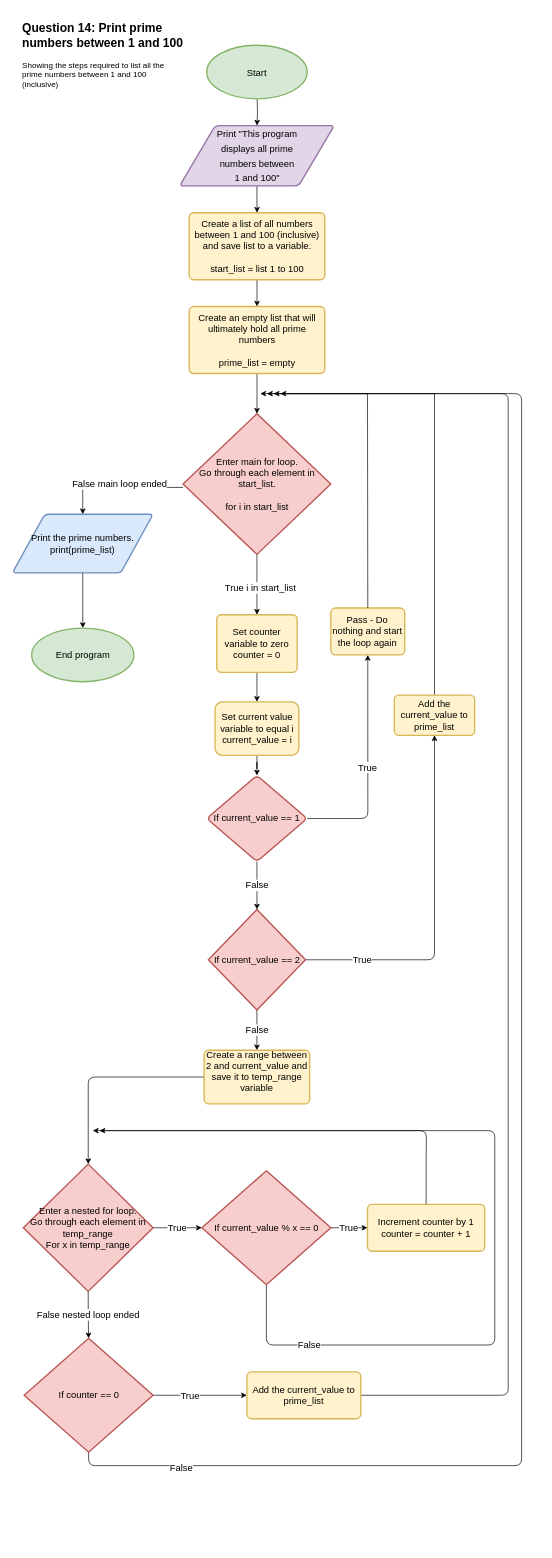
The draw.io diagram Q14(1)_Flowchart.drawio in Wade008/flowcharts, before the edit. Source tidied: cells renumbered, new cells numbered last; positions are measured from the earlier drawing's top-left corner, leaving out a move shared by most shapes. Both pictures are drawn from the tidied source at 67%, with x=0, y=0 at pixel (12, 18).
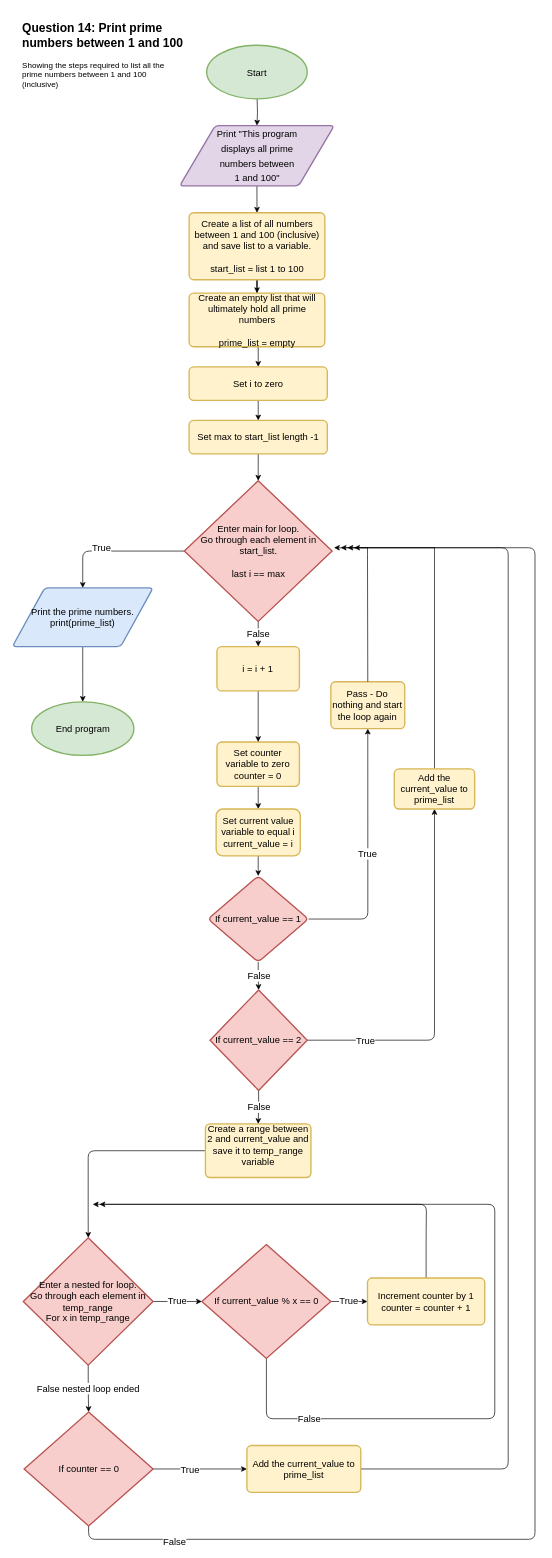
After the change.

Change to the diagram source:
```diff
@@
-    <mxCell id="8" style="edgeStyle=orthogonalEdgeStyle;rounded=0;jettySize=auto;html=1;fontSize=14;" parent="1" edge="1" source="9" target="12">
-      <mxGeometry relative="1" as="geometry" />
-    </mxCell>
+    <mxCell id="49" style="edgeStyle=orthogonalEdgeStyle;rounded=0;jettySize=auto;html=1;exitX=0.5;exitY=1;exitDx=0;exitDy=0;entryX=0.5;entryY=0;entryDx=0;entryDy=0;" parent="1" edge="1" source="9" target="52">
+      <mxGeometry relative="1" as="geometry" />
+    </mxCell>
     <mxCell id="9" value="Create an empty list that will ultimately hold all prime numbers&lt;br&gt;&lt;br&gt;prime_list = empty" style="rounded=1;whiteSpace=wrap;html=1;absoluteArcSize=1;arcSize=14;strokeWidth=2;fontSize=14;fillColor=#fff2cc;strokeColor=#d6b656;" parent="1" vertex="1">
-      <mxGeometry x="263.8" y="430" width="202.5" height="100" as="geometry" />
+      <mxGeometry x="263.8" y="410" width="202.5" height="80" as="geometry" />
     </mxCell>
-    <mxCell id="10" value="True i in start_list" style="edgeStyle=orthogonalEdgeStyle;rounded=0;jettySize=auto;html=1;fontSize=14;" parent="1" edge="1" source="12" target="14">
-      <mxGeometry x="0.11" y="5" relative="1" as="geometry" />
-    </mxCell>
-    <mxCell id="11" value="False main loop ended" style="edgeStyle=orthogonalEdgeStyle;rounded=0;jettySize=auto;html=1;fontSize=14;" parent="1" edge="1" source="12" target="23">
-      <mxGeometry relative="1" as="geometry">
+    <mxCell id="11" value="True" style="edgeStyle=orthogonalEdgeStyle;rounded=1;jettySize=auto;html=1;fontSize=14;jumpStyle=arc;" parent="1" edge="1" source="12" target="23">
+      <mxGeometry x="0.2" y="-5" relative="1" as="geometry">
         <Array as="points">
-          <mxPoint x="210" y="700" />
-          <mxPoint x="210" y="695" />
+          <mxPoint x="105" y="795" />
         </Array>
       </mxGeometry>
     </mxCell>
+    <mxCell id="50" value="&lt;font style=&quot;font-size: 14px;&quot;&gt;False&lt;/font&gt;" style="edgeStyle=orthogonalEdgeStyle;rounded=0;jettySize=auto;html=1;" parent="1" edge="1" source="12" target="56">
+      <mxGeometry relative="1" as="geometry" />
+    </mxCell>
-    <mxCell id="12" value="Enter main for loop. &lt;br&gt;Go through each element in start_list.&lt;br&gt;&lt;br&gt;for i in start_list" style="strokeWidth=2;html=1;shape=mxgraph.flowchart.decision;whiteSpace=wrap;fontSize=14;fillColor=#f8cecc;strokeColor=#b85450;" parent="1" vertex="1">
-      <mxGeometry x="254.7" y="590" width="220.6" height="210" as="geometry" />
+    <mxCell id="12" value="Enter main for loop. &lt;br&gt;Go through each element in start_list.&lt;br&gt;&lt;br&gt;last i == max" style="strokeWidth=2;html=1;shape=mxgraph.flowchart.decision;whiteSpace=wrap;fontSize=14;fillColor=#f8cecc;strokeColor=#b85450;" parent="1" vertex="1">
+      <mxGeometry x="256.6" y="690" width="220.6" height="210" as="geometry" />
     </mxCell>
@@
     <mxCell id="14" value="Set counter variable to zero&lt;br&gt;counter = 0" style="rounded=1;whiteSpace=wrap;html=1;absoluteArcSize=1;arcSize=14;strokeWidth=2;fontSize=14;fillColor=#fff2cc;strokeColor=#d6b656;" parent="1" vertex="1">
-      <mxGeometry x="305" y="890" width="120" height="86.1" as="geometry" />
+      <mxGeometry x="305.3" y="1080" width="123.1" height="66.1" as="geometry" />
     </mxCell>
@@
     <mxCell id="16" value="Set current value variable to equal i&lt;br&gt;current_value = i" style="rounded=1;whiteSpace=wrap;html=1;fontSize=14;fillColor=#fff2cc;strokeColor=#d6b656;arcSize=14;strokeWidth=2;" parent="1" vertex="1">
-      <mxGeometry x="302.5" y="1020" width="125" height="80" as="geometry" />
+      <mxGeometry x="304.1" y="1180" width="125.6" height="70" as="geometry" />
     </mxCell>
@@
     <mxCell id="19" value="If current_value == 1" style="rhombus;whiteSpace=wrap;html=1;fontSize=14;fillColor=#f8cecc;strokeColor=#b85450;rounded=1;arcSize=14;strokeWidth=2;" parent="1" vertex="1">
-      <mxGeometry x="290" y="1130" width="150" height="128.4" as="geometry" />
+      <mxGeometry x="291.9" y="1280" width="150" height="128.4" as="geometry" />
     </mxCell>
     <mxCell id="20" value="Pass - Do nothing and start the loop again" style="rounded=1;whiteSpace=wrap;html=1;absoluteArcSize=1;arcSize=14;strokeWidth=2;fontSize=14;fillColor=#fff2cc;strokeColor=#d6b656;" parent="1" vertex="1">
-      <mxGeometry x="475.3" y="880" width="110.3" height="70" as="geometry" />
+      <mxGeometry x="475.3" y="990" width="110.3" height="70" as="geometry" />
     </mxCell>
     <mxCell id="21" style="endArrow=classic;html=1;rounded=0;fontSize=14;exitX=0.5;exitY=0;exitDx=0;exitDy=0;" parent="1" edge="1" source="20">
       <mxGeometry relative="1" as="geometry">
-        <mxPoint x="370" y="560" as="targetPoint" />
+        <mxPoint x="500" y="790" as="targetPoint" />
         <Array as="points">
-          <mxPoint x="530" y="560" />
+          <mxPoint x="530" y="800" />
+          <mxPoint x="530" y="790" />
         </Array>
       </mxGeometry>
     </mxCell>
@@
     <mxCell id="23" value="Print the prime numbers.&lt;br&gt;print(prime_list)" style="shape=parallelogram;html=1;strokeWidth=2;perimeter=parallelogramPerimeter;whiteSpace=wrap;rounded=1;arcSize=12;size=0.23;fontSize=14;fillColor=#dae8fc;strokeColor=#6c8ebf;" parent="1" vertex="1">
-      <mxGeometry y="740" width="210" height="87.5" as="geometry" />
+      <mxGeometry y="850" width="210" height="87.5" as="geometry" />
     </mxCell>
@@
     <mxCell id="27" value="If current_value == 2" style="strokeWidth=2;html=1;shape=mxgraph.flowchart.decision;whiteSpace=wrap;fontSize=14;fillColor=#f8cecc;strokeColor=#b85450;" parent="1" vertex="1">
-      <mxGeometry x="292.5" y="1330" width="145" height="150" as="geometry" />
+      <mxGeometry x="295" y="1450" width="145" height="150" as="geometry" />
     </mxCell>
     <mxCell id="28" style="edgeStyle=orthogonalEdgeStyle;rounded=0;jettySize=auto;html=1;exitX=0.5;exitY=0;exitDx=0;exitDy=0;fontSize=14;" parent="1" edge="1" source="29">
       <mxGeometry relative="1" as="geometry">
-        <mxPoint x="380" y="560" as="targetPoint" />
+        <mxPoint x="510" y="790" as="targetPoint" />
         <Array as="points">
-          <mxPoint x="630" y="560" />
+          <mxPoint x="630" y="790" />
         </Array>
       </mxGeometry>
     </mxCell>
     <mxCell id="29" value="Add the current_value to prime_list" style="rounded=1;whiteSpace=wrap;html=1;absoluteArcSize=1;arcSize=14;strokeWidth=2;fontSize=14;fillColor=#fff2cc;strokeColor=#d6b656;" parent="1" vertex="1">
-      <mxGeometry x="570" y="1010" width="120" height="60" as="geometry" />
+      <mxGeometry x="570" y="1120" width="120" height="60" as="geometry" />
     </mxCell>
     <mxCell id="30" value="End program" style="strokeWidth=2;html=1;shape=mxgraph.flowchart.start_2;whiteSpace=wrap;fontSize=14;fillColor=#d5e8d4;strokeColor=#82b366;" parent="1" vertex="1">
-      <mxGeometry x="28.8" y="910" width="152.5" height="80" as="geometry" />
+      <mxGeometry x="28.8" y="1020" width="152.5" height="80" as="geometry" />
     </mxCell>
@@
     <mxCell id="33" value="Enter a nested for loop.&lt;br&gt;Go through each element in temp_range&lt;br&gt;For x in temp_range" style="strokeWidth=2;html=1;shape=mxgraph.flowchart.decision;whiteSpace=wrap;fontSize=14;fillColor=#f8cecc;strokeColor=#b85450;" parent="1" vertex="1">
-      <mxGeometry x="16.3" y="1710" width="193.7" height="190" as="geometry" />
+      <mxGeometry x="16.3" y="1820" width="193.7" height="190" as="geometry" />
     </mxCell>
@@
     <mxCell id="35" value="Create a range between 2 and current_value and save it to temp_range variable&lt;br&gt;&lt;br&gt;" style="rounded=1;whiteSpace=wrap;html=1;absoluteArcSize=1;arcSize=14;strokeWidth=2;fontSize=14;fillColor=#fff2cc;strokeColor=#d6b656;" parent="1" vertex="1">
-      <mxGeometry x="286.2" y="1540" width="157.5" height="80" as="geometry" />
+      <mxGeometry x="288.1" y="1650" width="157.5" height="80" as="geometry" />
     </mxCell>
@@
     <mxCell id="37" value="False" style="edgeStyle=orthogonalEdgeStyle;rounded=1;jettySize=auto;html=1;fontSize=14;jumpStyle=arc;" parent="1" edge="1" source="38">
       <mxGeometry x="-0.77" relative="1" as="geometry">
-        <mxPoint x="130" y="1660" as="targetPoint" />
+        <mxPoint x="130" y="1770" as="targetPoint" />
         <Array as="points">
-          <mxPoint x="379" y="1980" />
-          <mxPoint x="720" y="1980" />
-          <mxPoint x="720" y="1660" />
+          <mxPoint x="379" y="2090" />
+          <mxPoint x="720" y="2090" />
+          <mxPoint x="720" y="1770" />
         </Array>
       </mxGeometry>
     </mxCell>
     <mxCell id="38" value="If current_value % x == 0" style="strokeWidth=2;html=1;shape=mxgraph.flowchart.decision;whiteSpace=wrap;fontSize=14;fillColor=#f8cecc;strokeColor=#b85450;" parent="1" vertex="1">
-      <mxGeometry x="282.8" y="1720" width="192.5" height="170" as="geometry" />
+      <mxGeometry x="282.8" y="1830" width="192.5" height="170" as="geometry" />
     </mxCell>
     <mxCell id="39" style="edgeStyle=orthogonalEdgeStyle;rounded=1;jettySize=auto;html=1;exitX=0.5;exitY=0;exitDx=0;exitDy=0;fontSize=14;" parent="1" edge="1" source="40">
       <mxGeometry relative="1" as="geometry">
-        <mxPoint x="120" y="1660" as="targetPoint" />
+        <mxPoint x="120" y="1770" as="targetPoint" />
         <Array as="points">
-          <mxPoint x="618" y="1710" />
-          <mxPoint x="618" y="1710" />
+          <mxPoint x="618" y="1820" />
+          <mxPoint x="618" y="1820" />
         </Array>
       </mxGeometry>
     </mxCell>
     <mxCell id="40" value="Increment counter by 1&lt;br&gt;counter = counter + 1" style="rounded=1;whiteSpace=wrap;html=1;absoluteArcSize=1;arcSize=14;strokeWidth=2;fontSize=14;fillColor=#fff2cc;strokeColor=#d6b656;" parent="1" vertex="1">
-      <mxGeometry x="530" y="1770" width="175" height="70" as="geometry" />
+      <mxGeometry x="530" y="1880" width="175" height="70" as="geometry" />
     </mxCell>
@@
     <mxCell id="43" style="edgeStyle=orthogonalEdgeStyle;rounded=1;jumpStyle=arc;jettySize=auto;html=1;exitX=0.5;exitY=1;exitDx=0;exitDy=0;exitPerimeter=0;fontSize=14;" parent="1" edge="1" source="45">
       <mxGeometry relative="1" as="geometry">
-        <mxPoint x="400" y="560" as="targetPoint" />
+        <mxPoint x="480" y="790" as="targetPoint" />
         <Array as="points">
-          <mxPoint x="114" y="2160" />
-          <mxPoint x="760" y="2160" />
-          <mxPoint x="760" y="560" />
+          <mxPoint x="114" y="2270" />
+          <mxPoint x="780" y="2270" />
+          <mxPoint x="780" y="790" />
         </Array>
       </mxGeometry>
     </mxCell>
@@
     <mxCell id="45" value="If counter == 0" style="strokeWidth=2;html=1;shape=mxgraph.flowchart.decision;whiteSpace=wrap;fontSize=14;fillColor=#f8cecc;strokeColor=#b85450;" parent="1" vertex="1">
-      <mxGeometry x="17.5" y="1970" width="192.5" height="170" as="geometry" />
+      <mxGeometry x="17.5" y="2080" width="192.5" height="170" as="geometry" />
     </mxCell>
     <mxCell id="46" style="edgeStyle=orthogonalEdgeStyle;rounded=1;jumpStyle=arc;jettySize=auto;html=1;exitX=1;exitY=0.5;exitDx=0;exitDy=0;fontSize=14;" parent="1" edge="1" source="47">
       <mxGeometry relative="1" as="geometry">
-        <mxPoint x="390" y="560" as="targetPoint" />
+        <mxPoint x="490" y="790" as="targetPoint" />
         <Array as="points">
-          <mxPoint x="740" y="2055" />
-          <mxPoint x="740" y="560" />
+          <mxPoint x="740" y="2165" />
+          <mxPoint x="740" y="790" />
         </Array>
       </mxGeometry>
     </mxCell>
     <mxCell id="47" value="Add the current_value to prime_list" style="rounded=1;whiteSpace=wrap;html=1;absoluteArcSize=1;arcSize=14;strokeWidth=2;fontSize=14;fillColor=#fff2cc;strokeColor=#d6b656;" parent="1" vertex="1">
-      <mxGeometry x="350" y="2020" width="170" height="70" as="geometry" />
+      <mxGeometry x="350" y="2130" width="170" height="70" as="geometry" />
     </mxCell>
@@
+    <mxCell id="51" style="edgeStyle=orthogonalEdgeStyle;rounded=0;jettySize=auto;html=1;" parent="1" edge="1" source="52" target="54">
+      <mxGeometry relative="1" as="geometry" />
+    </mxCell>
+    <mxCell id="52" value="Set i to zero" style="rounded=1;whiteSpace=wrap;html=1;absoluteArcSize=1;arcSize=14;strokeWidth=2;fontSize=14;fillColor=#fff2cc;strokeColor=#d6b656;" parent="1" vertex="1">
+      <mxGeometry x="263.8" y="520" width="206.2" height="50" as="geometry" />
+    </mxCell>
+    <mxCell id="53" style="edgeStyle=orthogonalEdgeStyle;rounded=0;jettySize=auto;html=1;" parent="1" edge="1" source="54" target="12">
+      <mxGeometry relative="1" as="geometry" />
+    </mxCell>
+    <mxCell id="54" value="Set max to start_list length -1" style="rounded=1;whiteSpace=wrap;html=1;absoluteArcSize=1;arcSize=14;strokeWidth=2;fontSize=14;fillColor=#fff2cc;strokeColor=#d6b656;" parent="1" vertex="1">
+      <mxGeometry x="263.7" y="600" width="206.3" height="50" as="geometry" />
+    </mxCell>
+    <mxCell id="55" style="edgeStyle=orthogonalEdgeStyle;rounded=0;jettySize=auto;html=1;" parent="1" edge="1" source="56" target="14">
+      <mxGeometry relative="1" as="geometry" />
+    </mxCell>
+    <mxCell id="56" value="i = i + 1" style="rounded=1;whiteSpace=wrap;html=1;absoluteArcSize=1;arcSize=14;strokeWidth=2;fontSize=14;fillColor=#fff2cc;strokeColor=#d6b656;" parent="1" vertex="1">
+      <mxGeometry x="305.3" y="937.5" width="123.1" height="66.1" as="geometry" />
+    </mxCell>
```
